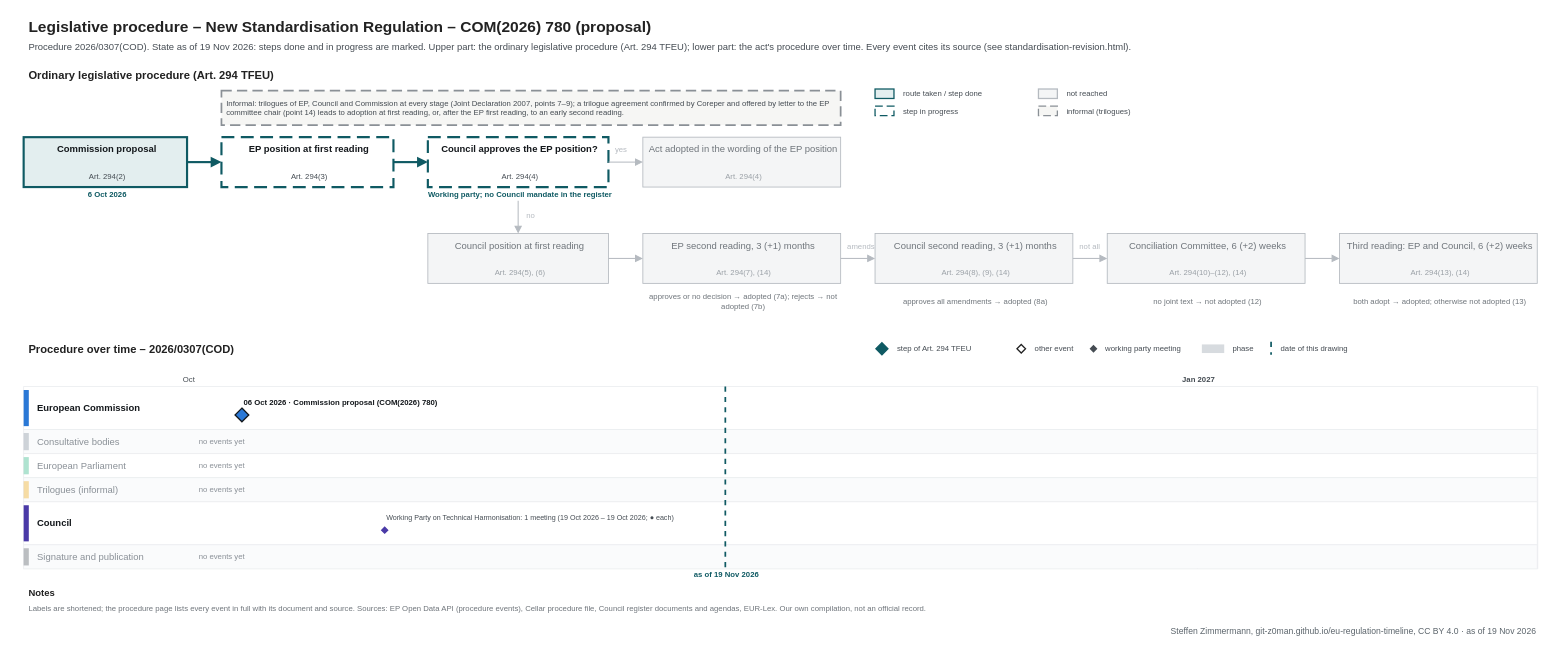
git-z0man/eu-regulation-timeline keeps this draw.io diagram as procedures/standardisation-revision.drawio. Above is the earlier version. Source tidied: cells renumbered, new cells numbered last; positions are measured from the earlier drawing's top-left corner, leaving out a move shared by most shapes. Both pictures are drawn from the tidied source at 86%, with x=0, y=0 at pixel (15, 15).
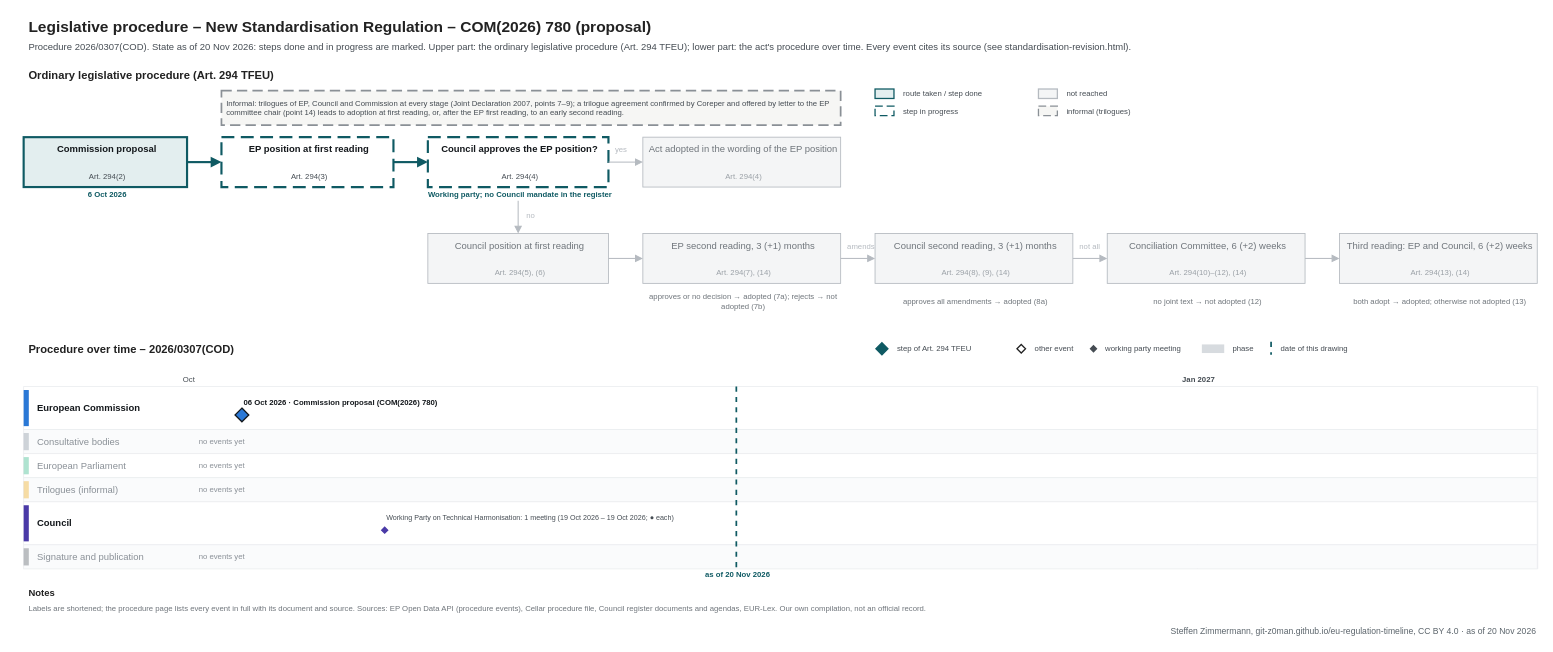
Above is the later version.

Diff of the diagram source:
```diff
@@
-    <mxCell id="3" value="Procedure 2026/0307(COD). State as of 19 Nov 2026: steps done and in progress are marked. Upper part: the ordinary legislative procedure (Art. 294 TFEU); lower part: the act's procedure over time. Every event cites its source (see standardisation-revision.html)." style="text;html=1;fontSize=11;fontColor=#454c53;align=left;verticalAlign=middle;spacingLeft=4;" parent="1" vertex="1">
+    <mxCell id="3" value="Procedure 2026/0307(COD). State as of 20 Nov 2026: steps done and in progress are marked. Upper part: the ordinary legislative procedure (Art. 294 TFEU); lower part: the act's procedure over time. Every event cites its source (see standardisation-revision.html)." style="text;html=1;fontSize=11;fontColor=#454c53;align=left;verticalAlign=middle;spacingLeft=4;" parent="1" vertex="1">
       <mxGeometry x="10" y="28" width="1700" height="18" as="geometry" />
     </mxCell>
@@
     <mxCell id="100" style="line;html=1;strokeWidth=2;strokeColor=#0f5a63;direction=south;dashed=1;" parent="1" vertex="1">
-      <mxGeometry x="825.4" y="432" width="1" height="212" as="geometry" />
+      <mxGeometry x="838.2" y="432" width="1" height="212" as="geometry" />
     </mxCell>
-    <mxCell id="101" value="as of 19 Nov 2026" style="text;html=1;fontSize=9;fontColor=#0f5a63;align=center;verticalAlign=middle;spacingLeft=4;fontStyle=1;" parent="1" vertex="1">
-      <mxGeometry x="765.4" y="645" width="120" height="12" as="geometry" />
+    <mxCell id="101" value="as of 20 Nov 2026" style="text;html=1;fontSize=9;fontColor=#0f5a63;align=center;verticalAlign=middle;spacingLeft=4;fontStyle=1;" parent="1" vertex="1">
+      <mxGeometry x="778.2" y="645" width="120" height="12" as="geometry" />
     </mxCell>
@@
-    <mxCell id="108" value="Steffen Zimmermann, git-z0man.github.io/eu-regulation-timeline, CC BY 4.0 · as of 19 Nov 2026" style="text;html=1;fontSize=10;fontColor=#5b646b;align=right;verticalAlign=middle;spacingLeft=4;" parent="1" vertex="1">
+    <mxCell id="108" value="Steffen Zimmermann, git-z0man.github.io/eu-regulation-timeline, CC BY 4.0 · as of 20 Nov 2026" style="text;html=1;fontSize=10;fontColor=#5b646b;align=right;verticalAlign=middle;spacingLeft=4;" parent="1" vertex="1">
       <mxGeometry x="10" y="708" width="1760" height="16" as="geometry" />
     </mxCell>
```
